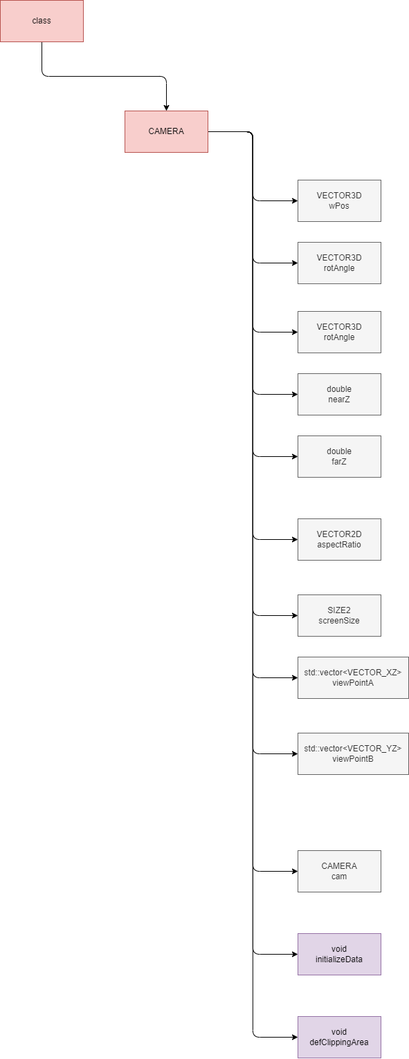
The draw.io diagram drawio/files/camera/h.drawio.png in Tanso-mct/GLPA, before a commit. Source tidied: cells renumbered, new cells last; positions are measured from the earlier drawing's top-left corner, leaving out a move shared by most shapes.
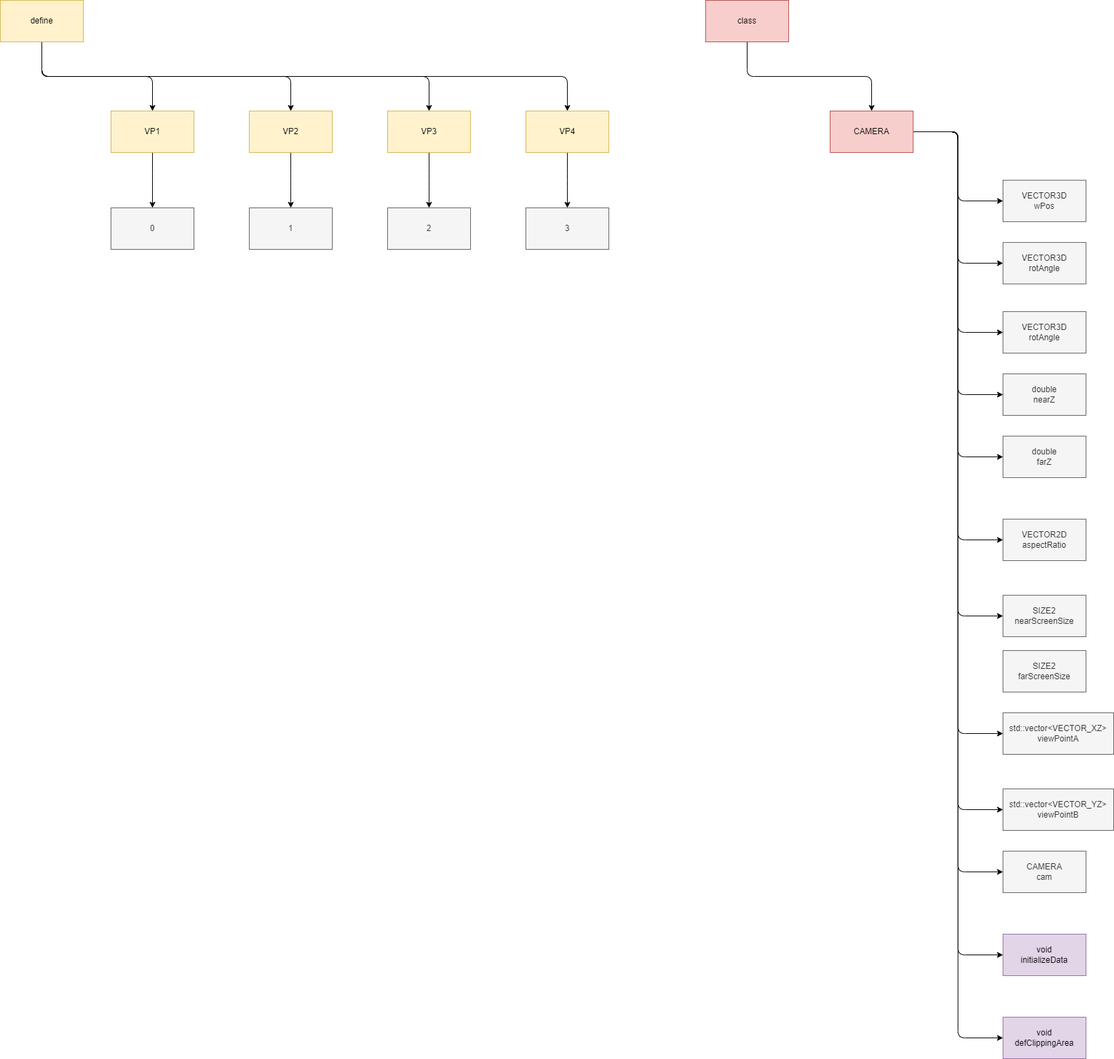
Later version of the same file.

The edit, as a diff of the source:
```diff
@@ -53,7 +53,7 @@
     <mxCell id="18" value="VECTOR3D&lt;br&gt;rotAngle" style="whiteSpace=wrap;html=1;strokeColor=#666666;fontFamily=Helvetica;fontSize=12;fontColor=#333333;fillColor=#f5f5f5;" parent="1" vertex="1">
       <mxGeometry x="430" y="350" width="120" height="60" as="geometry" />
     </mxCell>
-    <mxCell id="19" value="SIZE2&lt;br&gt;screenSize" style="whiteSpace=wrap;html=1;strokeColor=#666666;fontFamily=Helvetica;fontSize=12;fontColor=#333333;fillColor=#f5f5f5;" parent="1" vertex="1">
+    <mxCell id="19" value="SIZE2&lt;br&gt;nearScreenSize" style="whiteSpace=wrap;html=1;strokeColor=#666666;fontFamily=Helvetica;fontSize=12;fontColor=#333333;fillColor=#f5f5f5;" parent="1" vertex="1">
       <mxGeometry x="430" y="860" width="120" height="60" as="geometry" />
     </mxCell>
     <mxCell id="20" value="double&lt;br&gt;nearZ" style="whiteSpace=wrap;html=1;strokeColor=#666666;fontFamily=Helvetica;fontSize=12;fontColor=#333333;fillColor=#f5f5f5;" parent="1" vertex="1">
@@ -75,13 +75,67 @@
       <mxGeometry x="430" y="1470" width="120" height="60" as="geometry" />
     </mxCell>
     <mxCell id="26" value="std::vector&amp;lt;VECTOR_XZ&amp;gt;&lt;br&gt;viewPointA" style="whiteSpace=wrap;html=1;strokeColor=#666666;fontFamily=Helvetica;fontSize=12;fontColor=#333333;fillColor=#f5f5f5;" parent="1" vertex="1">
-      <mxGeometry x="430" y="950" width="160" height="60" as="geometry" />
+      <mxGeometry x="430" y="1030" width="160" height="60" as="geometry" />
     </mxCell>
     <mxCell id="27" value="std::vector&amp;lt;VECTOR_YZ&amp;gt;&lt;br style=&quot;border-color: var(--border-color);&quot;&gt;viewPointB" style="whiteSpace=wrap;html=1;strokeColor=#666666;fontFamily=Helvetica;fontSize=12;fontColor=#333333;fillColor=#f5f5f5;" parent="1" vertex="1">
-      <mxGeometry x="430" y="1060" width="160" height="60" as="geometry" />
+      <mxGeometry x="430" y="1140" width="160" height="60" as="geometry" />
     </mxCell>
     <mxCell id="28" value="VECTOR3D&lt;br&gt;rotAngle" style="whiteSpace=wrap;html=1;strokeColor=#666666;fontFamily=Helvetica;fontSize=12;fontColor=#333333;fillColor=#f5f5f5;" parent="1" vertex="1">
       <mxGeometry x="430" y="450" width="120" height="60" as="geometry" />
     </mxCell>
+    <mxCell id="29" style="edgeStyle=elbowEdgeStyle;html=1;elbow=vertical;" parent="1" edge="1" source="33" target="35">
+      <mxGeometry relative="1" as="geometry" />
+    </mxCell>
+    <mxCell id="30" style="edgeStyle=elbowEdgeStyle;elbow=vertical;html=1;" parent="1" edge="1" source="33" target="38">
+      <mxGeometry relative="1" as="geometry" />
+    </mxCell>
+    <mxCell id="31" style="edgeStyle=elbowEdgeStyle;elbow=vertical;html=1;" parent="1" edge="1" source="33" target="41">
+      <mxGeometry relative="1" as="geometry" />
+    </mxCell>
+    <mxCell id="32" style="edgeStyle=elbowEdgeStyle;elbow=vertical;html=1;" parent="1" edge="1" source="33" target="44">
+      <mxGeometry relative="1" as="geometry" />
+    </mxCell>
+    <mxCell id="33" value="define" style="whiteSpace=wrap;html=1;fillColor=#fff2cc;strokeColor=#d6b656;" parent="1" vertex="1">
+      <mxGeometry x="-1020" width="120" height="60" as="geometry" />
+    </mxCell>
+    <mxCell id="34" style="edgeStyle=elbowEdgeStyle;elbow=vertical;html=1;" parent="1" edge="1" source="35" target="36">
+      <mxGeometry relative="1" as="geometry" />
+    </mxCell>
+    <mxCell id="35" value="VP1" style="whiteSpace=wrap;html=1;fillColor=#fff2cc;strokeColor=#d6b656;" parent="1" vertex="1">
+      <mxGeometry x="-860" y="160" width="120" height="60" as="geometry" />
+    </mxCell>
+    <mxCell id="36" value="0" style="whiteSpace=wrap;html=1;fillColor=#f5f5f5;strokeColor=#666666;fontColor=#333333;" parent="1" vertex="1">
+      <mxGeometry x="-860" y="300" width="120" height="60" as="geometry" />
+    </mxCell>
+    <mxCell id="37" style="edgeStyle=elbowEdgeStyle;elbow=vertical;html=1;" parent="1" edge="1" source="38" target="39">
+      <mxGeometry relative="1" as="geometry" />
+    </mxCell>
+    <mxCell id="38" value="VP2" style="whiteSpace=wrap;html=1;fillColor=#fff2cc;strokeColor=#d6b656;" parent="1" vertex="1">
+      <mxGeometry x="-660" y="160" width="120" height="60" as="geometry" />
+    </mxCell>
+    <mxCell id="39" value="1" style="whiteSpace=wrap;html=1;fillColor=#f5f5f5;strokeColor=#666666;fontColor=#333333;" parent="1" vertex="1">
+      <mxGeometry x="-660" y="300" width="120" height="60" as="geometry" />
+    </mxCell>
+    <mxCell id="40" style="edgeStyle=elbowEdgeStyle;elbow=vertical;html=1;" parent="1" edge="1" source="41" target="42">
+      <mxGeometry relative="1" as="geometry" />
+    </mxCell>
+    <mxCell id="41" value="VP3" style="whiteSpace=wrap;html=1;fillColor=#fff2cc;strokeColor=#d6b656;" parent="1" vertex="1">
+      <mxGeometry x="-460" y="160" width="120" height="60" as="geometry" />
+    </mxCell>
+    <mxCell id="42" value="2" style="whiteSpace=wrap;html=1;fillColor=#f5f5f5;strokeColor=#666666;fontColor=#333333;" parent="1" vertex="1">
+      <mxGeometry x="-460" y="300" width="120" height="60" as="geometry" />
+    </mxCell>
+    <mxCell id="43" style="edgeStyle=elbowEdgeStyle;elbow=vertical;html=1;" parent="1" edge="1" source="44" target="45">
+      <mxGeometry relative="1" as="geometry" />
+    </mxCell>
+    <mxCell id="44" value="VP4" style="whiteSpace=wrap;html=1;fillColor=#fff2cc;strokeColor=#d6b656;" parent="1" vertex="1">
+      <mxGeometry x="-260" y="160" width="120" height="60" as="geometry" />
+    </mxCell>
+    <mxCell id="45" value="3" style="whiteSpace=wrap;html=1;fillColor=#f5f5f5;strokeColor=#666666;fontColor=#333333;" parent="1" vertex="1">
+      <mxGeometry x="-260" y="300" width="120" height="60" as="geometry" />
+    </mxCell>
+    <mxCell id="46" value="SIZE2&lt;br&gt;farScreenSize" style="whiteSpace=wrap;html=1;strokeColor=#666666;fontFamily=Helvetica;fontSize=12;fontColor=#333333;fillColor=#f5f5f5;" parent="1" vertex="1">
+      <mxGeometry x="430" y="940" width="120" height="60" as="geometry" />
+    </mxCell>
   </root>
 </mxGraphModel>
```
